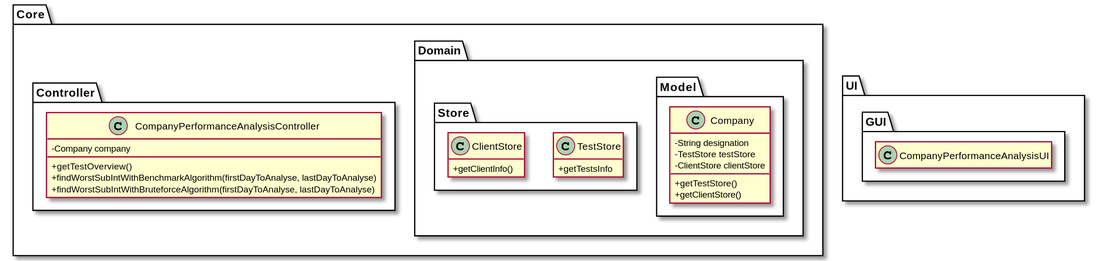
This is docs/SprintD/US_16/US016_PD.svg from ana-albergaria/LAPR2-ISEP, a PlantUML export, as it was before one commit.
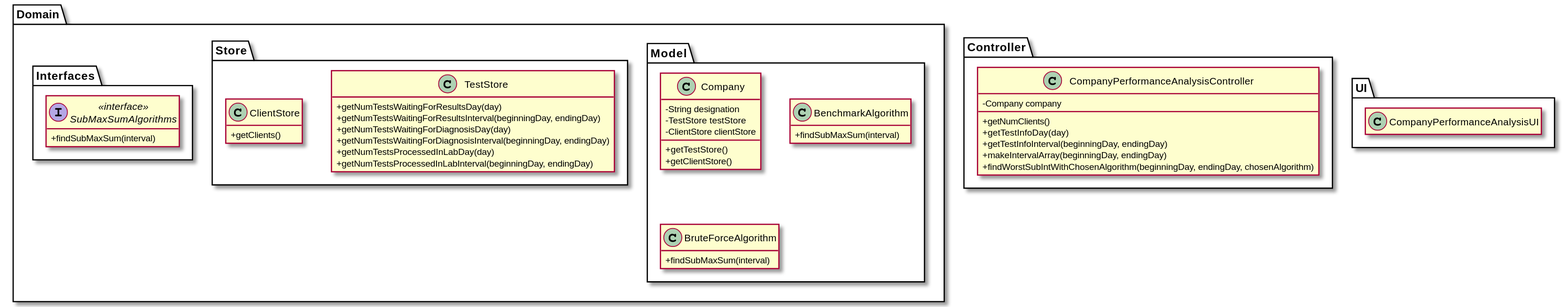
The same file after the commit.

Change to the diagram source:
```diff
@@ -2,8 +2,6 @@
 hide empty methods
 hide empty attributes
 skinparam classAttributeIconSize 0
-
-package Core {
 
 package Domain {
 
@@ -17,16 +15,37 @@
     +getClientStore()
 }
 
+class BenchmarkAlgorithm{
+    +findSubMaxSum(interval)
+}
+
+class BruteForceAlgorithm{
+    +findSubMaxSum(interval)
+}
+
+}
+
+package Interfaces {
+
+interface SubMaxSumAlgorithms <<interface>> {
+    +findSubMaxSum(interval)
+}
+
 }
 
 package Store {
 
 class TestStore {
-+getTestsInfo
+    +getNumTestsWaitingForResultsDay(day)
+    +getNumTestsWaitingForResultsInterval(beginningDay, endingDay)
+    +getNumTestsWaitingForDiagnosisDay(day)
+    +getNumTestsWaitingForDiagnosisInterval(beginningDay, endingDay)
+    +getNumTestsProcessedInLabDay(day)
+    +getNumTestsProcessedInLabInterval(beginningDay, endingDay)
 }
 
 class ClientStore {
-+getClientInfo()
+    +getClients()
 }
 
 }
@@ -37,24 +56,20 @@
 
 class CompanyPerformanceAnalysisController{
     -Company company
-    +getTestOverview()
-    +findWorstSubIntWithBenchmarkAlgorithm(firstDayToAnalyse, lastDayToAnalyse)
-    +findWorstSubIntWithBruteforceAlgorithm(firstDayToAnalyse, lastDayToAnalyse)
-}
-
+    +getNumClients()
+    +getTestInfoDay(day)
+    +getTestInfoInterval(beginningDay, endingDay)
+    +makeIntervalArray(beginningDay, endingDay)
+    +findWorstSubIntWithChosenAlgorithm(beginningDay, endingDay, chosenAlgorithm)
 }
 
 }
 
 package UI {
 
-package GUI {
-
 class CompanyPerformanceAnalysisUI{
 }
 
 }
 
-}
-
 @enduml
```
